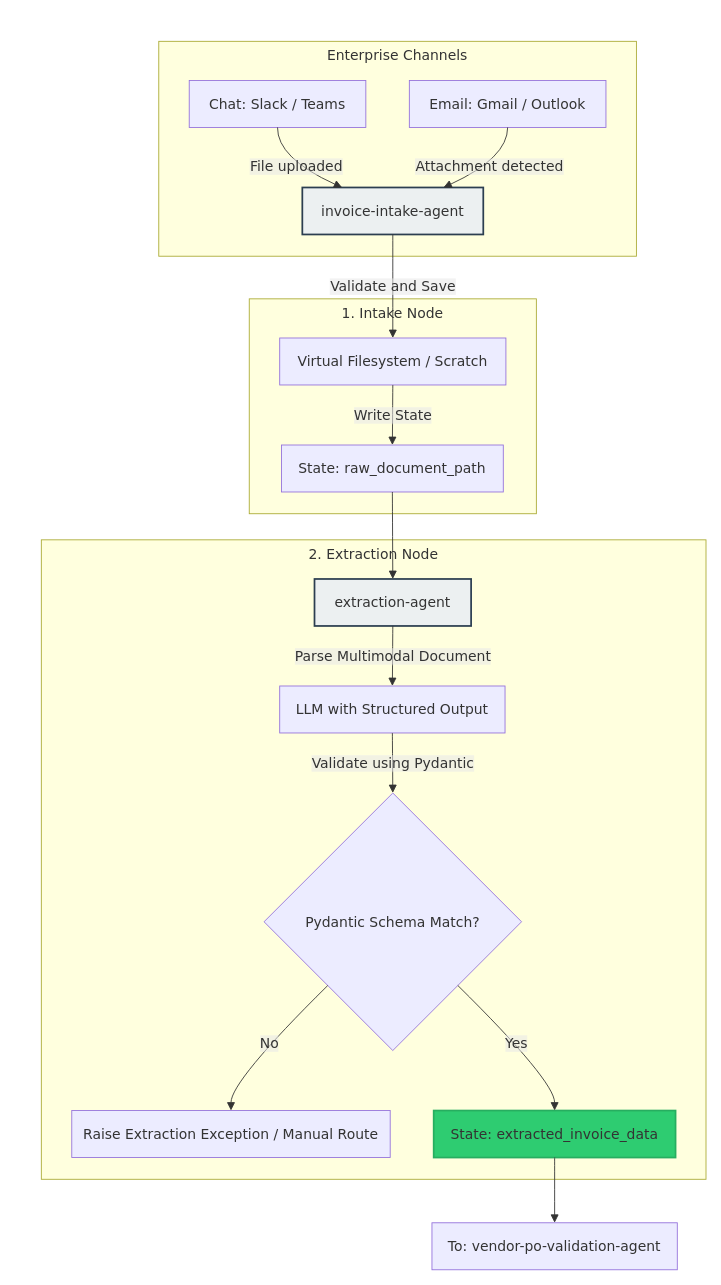
Above: Untitled Diagram.drawio in dev-samar/agentic-ap-workforce (draw.io), before the change. Source tidied: cells renumbered, new cells numbered last; positions are measured from the earlier drawing's top-left corner, leaving out a move shared by most shapes. Both pictures are drawn from the tidied source at 87%, with x=0, y=0 at pixel (15, 15).
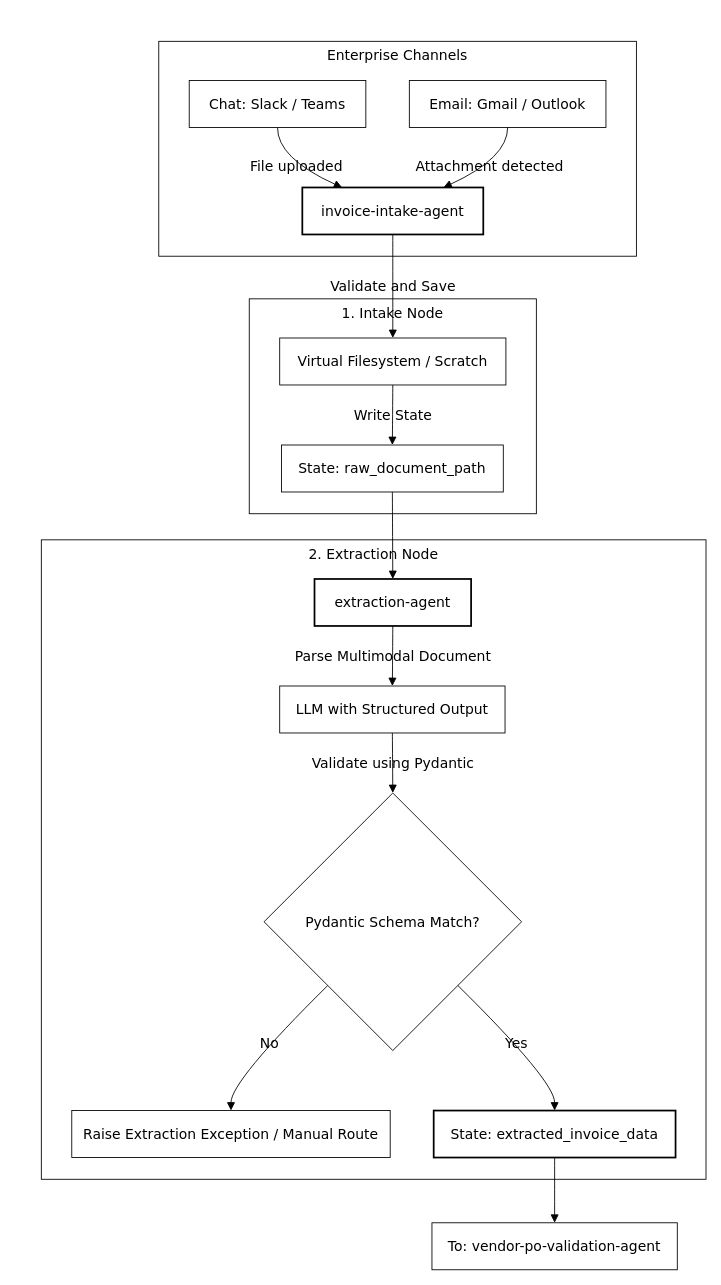
The same page after the edit.

Change to the diagram source:
```diff
@@
-    <mxCell id="2" style="group;transparentBounds=1;editIcon=1;lockedGroup=0;groupPadding=10;" parent="1" vertex="1">
+    <mxCell id="2" style="group;transparentBounds=1;editIcon=1;lockedGroup=0;groupPadding=10;noLabel=0;labelBackgroundColor=none;" parent="1" vertex="1">
       <mxGeometry as="geometry" />
     </mxCell>
-    <mxCell id="3" value="Enterprise Channels" style="html=1;whiteSpace=wrap;strokeWidth=1;verticalAlign=top;fillColor=light-dark(#ffffde,#1f2020);strokeColor=light-dark(#aaaa33,#cccccc);fontColor=light-dark(#333333,#cccccc);fontFamily=Trebuchet MS,Verdana,Arial,sans-serif;fontSize=16;" parent="2" vertex="1">
+    <mxCell id="3" value="Enterprise Channels" style="html=1;whiteSpace=wrap;strokeWidth=1;verticalAlign=top;fontFamily=Trebuchet MS,Verdana,Arial,sans-serif;fontSize=16;labelBackgroundColor=none;" parent="2" vertex="1">
       <mxGeometry x="165" y="30" width="549" height="247" as="geometry" />
     </mxCell>
-    <mxCell id="4" value="Email: Gmail / Outlook" style="html=1;whiteSpace=wrap;strokeWidth=1;fillColor=light-dark(#ECECFF,#1f2020);strokeColor=light-dark(#9370DB,#cccccc);fontColor=light-dark(#333333,#cccccc);fontFamily=Trebuchet MS,Verdana,Arial,sans-serif;fontSize=16;" parent="3" vertex="1">
+    <mxCell id="4" value="Email: Gmail / Outlook" style="html=1;whiteSpace=wrap;strokeWidth=1;fontFamily=Trebuchet MS,Verdana,Arial,sans-serif;fontSize=16;labelBackgroundColor=none;" parent="3" vertex="1">
       <mxGeometry x="288" y="45" width="226" height="54" as="geometry" />
     </mxCell>
-    <mxCell id="5" value="invoice-intake-agent" style="html=1;whiteSpace=wrap;strokeWidth=2;fillColor=#ecf0f1;strokeColor=#2c3e50;fontColor=light-dark(#333333,#cccccc);fontFamily=Trebuchet MS,Verdana,Arial,sans-serif;fontSize=16;" parent="3" vertex="1">
+    <mxCell id="5" value="invoice-intake-agent" style="html=1;whiteSpace=wrap;strokeWidth=2;fontFamily=Trebuchet MS,Verdana,Arial,sans-serif;fontSize=16;labelBackgroundColor=none;" parent="3" vertex="1">
       <mxGeometry x="165" y="168" width="208" height="54" as="geometry" />
     </mxCell>
-    <mxCell id="6" value="Chat: Slack / Teams" style="html=1;whiteSpace=wrap;strokeWidth=1;fillColor=light-dark(#ECECFF,#1f2020);strokeColor=light-dark(#9370DB,#cccccc);fontColor=light-dark(#333333,#cccccc);fontFamily=Trebuchet MS,Verdana,Arial,sans-serif;fontSize=16;" parent="3" vertex="1">
+    <mxCell id="6" value="Chat: Slack / Teams" style="html=1;whiteSpace=wrap;strokeWidth=1;fontFamily=Trebuchet MS,Verdana,Arial,sans-serif;fontSize=16;labelBackgroundColor=none;" parent="3" vertex="1">
       <mxGeometry x="35" y="45" width="203" height="54" as="geometry" />
     </mxCell>
-    <mxCell id="7" value="Attachment detected" style="curved=1;startArrow=none;endArrow=block;endSize=7;strokeColor=light-dark(#333333,#cccccc);html=1;fontSize=16;labelBackgroundColor=light-dark(#E8E8E88D,#2a2a2a8D);fontFamily=Trebuchet MS,Verdana,Arial,sans-serif;fontColor=light-dark(#333333,#cccccc);exitX=0.5;exitY=1;entryX=0.78;entryY=0;rounded=0;" parent="3" edge="1" source="4" target="5">
+    <mxCell id="7" value="Attachment detected" style="curved=1;startArrow=none;endArrow=block;endSize=7;html=1;fontSize=16;labelBackgroundColor=none;fontFamily=Trebuchet MS,Verdana,Arial,sans-serif;fontColor=default;exitX=0.5;exitY=1;entryX=0.78;entryY=0;rounded=0;" parent="3" edge="1" source="4" target="5">
       <mxGeometry relative="1" as="geometry">
         <Array as="points">
           <mxPoint x="401" y="134" />
         </Array>
       </mxGeometry>
     </mxCell>
-    <mxCell id="8" value="File uploaded" style="curved=1;startArrow=none;endArrow=block;endSize=7;strokeColor=light-dark(#333333,#cccccc);html=1;fontSize=16;labelBackgroundColor=light-dark(#E8E8E88D,#2a2a2a8D);fontFamily=Trebuchet MS,Verdana,Arial,sans-serif;fontColor=light-dark(#333333,#cccccc);exitX=0.5;exitY=1;entryX=0.22;entryY=0;rounded=0;" parent="3" edge="1" source="6" target="5">
+    <mxCell id="8" value="File uploaded" style="curved=1;startArrow=none;endArrow=block;endSize=7;html=1;fontSize=16;labelBackgroundColor=none;fontFamily=Trebuchet MS,Verdana,Arial,sans-serif;fontColor=default;exitX=0.5;exitY=1;entryX=0.22;entryY=0;rounded=0;" parent="3" edge="1" source="6" target="5">
       <mxGeometry relative="1" as="geometry">
         <Array as="points">
           <mxPoint x="136" y="134" />
         </Array>
       </mxGeometry>
     </mxCell>
-    <mxCell id="9" value="1. Intake Node" style="html=1;whiteSpace=wrap;strokeWidth=1;verticalAlign=top;fillColor=light-dark(#ffffde,#1f2020);strokeColor=light-dark(#aaaa33,#cccccc);fontColor=light-dark(#333333,#cccccc);fontFamily=Trebuchet MS,Verdana,Arial,sans-serif;fontSize=16;" parent="2" vertex="1">
+    <mxCell id="9" value="1. Intake Node" style="html=1;whiteSpace=wrap;strokeWidth=1;verticalAlign=top;fontFamily=Trebuchet MS,Verdana,Arial,sans-serif;fontSize=16;labelBackgroundColor=none;" parent="2" vertex="1">
       <mxGeometry x="269" y="326" width="330" height="247" as="geometry" />
     </mxCell>
-    <mxCell id="10" value="Virtual Filesystem / Scratch" style="html=1;whiteSpace=wrap;strokeWidth=1;fillColor=light-dark(#ECECFF,#1f2020);strokeColor=light-dark(#9370DB,#cccccc);fontColor=light-dark(#333333,#cccccc);fontFamily=Trebuchet MS,Verdana,Arial,sans-serif;fontSize=16;" parent="9" vertex="1">
+    <mxCell id="10" value="Virtual Filesystem / Scratch" style="html=1;whiteSpace=wrap;strokeWidth=1;fontFamily=Trebuchet MS,Verdana,Arial,sans-serif;fontSize=16;labelBackgroundColor=none;" parent="9" vertex="1">
       <mxGeometry x="35" y="45" width="260" height="54" as="geometry" />
     </mxCell>
-    <mxCell id="11" value="State: raw_document_path" style="html=1;whiteSpace=wrap;strokeWidth=1;fillColor=light-dark(#ECECFF,#1f2020);strokeColor=light-dark(#9370DB,#cccccc);fontColor=light-dark(#333333,#cccccc);fontFamily=Trebuchet MS,Verdana,Arial,sans-serif;fontSize=16;" parent="9" vertex="1">
+    <mxCell id="11" value="State: raw_document_path" style="html=1;whiteSpace=wrap;strokeWidth=1;fontFamily=Trebuchet MS,Verdana,Arial,sans-serif;fontSize=16;labelBackgroundColor=none;" parent="9" vertex="1">
       <mxGeometry x="37" y="168" width="255" height="54" as="geometry" />
     </mxCell>
-    <mxCell id="12" value="Write State" style="curved=1;startArrow=none;endArrow=block;endSize=7;strokeColor=light-dark(#333333,#cccccc);html=1;fontSize=16;labelBackgroundColor=light-dark(#E8E8E88D,#2a2a2a8D);fontFamily=Trebuchet MS,Verdana,Arial,sans-serif;fontColor=light-dark(#333333,#cccccc);exitX=0.5;exitY=1;entryX=0.5;entryY=0;rounded=0;" parent="9" edge="1" source="10" target="11">
+    <mxCell id="12" value="Write State" style="curved=1;startArrow=none;endArrow=block;endSize=7;html=1;fontSize=16;labelBackgroundColor=none;fontFamily=Trebuchet MS,Verdana,Arial,sans-serif;fontColor=default;exitX=0.5;exitY=1;entryX=0.5;entryY=0;rounded=0;" parent="9" edge="1" source="10" target="11">
       <mxGeometry relative="1" as="geometry" />
     </mxCell>
-    <mxCell id="13" value="2. Extraction Node" style="html=1;whiteSpace=wrap;strokeWidth=1;verticalAlign=top;fillColor=light-dark(#ffffde,#1f2020);strokeColor=light-dark(#aaaa33,#cccccc);fontColor=light-dark(#333333,#cccccc);fontFamily=Trebuchet MS,Verdana,Arial,sans-serif;fontSize=16;" parent="2" vertex="1">
+    <mxCell id="13" value="2. Extraction Node" style="html=1;whiteSpace=wrap;strokeWidth=1;verticalAlign=top;fontFamily=Trebuchet MS,Verdana,Arial,sans-serif;fontSize=16;labelBackgroundColor=none;" parent="2" vertex="1">
       <mxGeometry x="30" y="603" width="764" height="735" as="geometry" />
     </mxCell>
-    <mxCell id="14" value="extraction-agent" style="html=1;whiteSpace=wrap;strokeWidth=2;fillColor=#ecf0f1;strokeColor=#2c3e50;fontColor=light-dark(#333333,#cccccc);fontFamily=Trebuchet MS,Verdana,Arial,sans-serif;fontSize=16;" parent="13" vertex="1">
+    <mxCell id="14" value="extraction-agent" style="html=1;whiteSpace=wrap;strokeWidth=2;fontFamily=Trebuchet MS,Verdana,Arial,sans-serif;fontSize=16;labelBackgroundColor=none;" parent="13" vertex="1">
       <mxGeometry x="314" y="45" width="180" height="54" as="geometry" />
     </mxCell>
-    <mxCell id="15" value="LLM with Structured Output" style="html=1;whiteSpace=wrap;strokeWidth=1;fillColor=light-dark(#ECECFF,#1f2020);strokeColor=light-dark(#9370DB,#cccccc);fontColor=light-dark(#333333,#cccccc);fontFamily=Trebuchet MS,Verdana,Arial,sans-serif;fontSize=16;" parent="13" vertex="1">
+    <mxCell id="15" value="LLM with Structured Output" style="html=1;whiteSpace=wrap;strokeWidth=1;fontFamily=Trebuchet MS,Verdana,Arial,sans-serif;fontSize=16;labelBackgroundColor=none;" parent="13" vertex="1">
       <mxGeometry x="274" y="168" width="259" height="54" as="geometry" />
     </mxCell>
-    <mxCell id="16" value="Pydantic Schema Match?" style="rhombus;html=1;strokeWidth=1;whiteSpace=wrap;fillColor=light-dark(#ECECFF,#1f2020);strokeColor=light-dark(#9370DB,#cccccc);fontColor=light-dark(#333333,#cccccc);fontFamily=Trebuchet MS,Verdana,Arial,sans-serif;fontSize=16;" parent="13" vertex="1">
+    <mxCell id="16" value="Pydantic Schema Match?" style="rhombus;html=1;strokeWidth=1;whiteSpace=wrap;fontFamily=Trebuchet MS,Verdana,Arial,sans-serif;fontSize=16;labelBackgroundColor=none;" parent="13" vertex="1">
       <mxGeometry x="256" y="291" width="296" height="296" as="geometry" />
     </mxCell>
-    <mxCell id="17" value="State: extracted_invoice_data" style="html=1;whiteSpace=wrap;strokeWidth=2;fillColor=#2ecc71;strokeColor=#27ae60;fontColor=light-dark(#333333,#cccccc);fontFamily=Trebuchet MS,Verdana,Arial,sans-serif;fontSize=16;" parent="13" vertex="1">
+    <mxCell id="17" value="State: extracted_invoice_data" style="html=1;whiteSpace=wrap;strokeWidth=2;fontFamily=Trebuchet MS,Verdana,Arial,sans-serif;fontSize=16;labelBackgroundColor=none;" parent="13" vertex="1">
       <mxGeometry x="451" y="656" width="278" height="54" as="geometry" />
     </mxCell>
-    <mxCell id="18" value="Raise Extraction Exception / Manual Route" style="html=1;whiteSpace=wrap;strokeWidth=1;fillColor=light-dark(#ECECFF,#1f2020);strokeColor=light-dark(#9370DB,#cccccc);fontColor=light-dark(#333333,#cccccc);fontFamily=Trebuchet MS,Verdana,Arial,sans-serif;fontSize=16;" parent="13" vertex="1">
+    <mxCell id="18" value="Raise Extraction Exception / Manual Route" style="html=1;whiteSpace=wrap;strokeWidth=1;fontFamily=Trebuchet MS,Verdana,Arial,sans-serif;fontSize=16;labelBackgroundColor=none;" parent="13" vertex="1">
       <mxGeometry x="35" y="656" width="366" height="54" as="geometry" />
     </mxCell>
-    <mxCell id="19" value="Parse Multimodal Document" style="curved=1;startArrow=none;endArrow=block;endSize=7;strokeColor=light-dark(#333333,#cccccc);html=1;fontSize=16;labelBackgroundColor=light-dark(#E8E8E88D,#2a2a2a8D);fontFamily=Trebuchet MS,Verdana,Arial,sans-serif;fontColor=light-dark(#333333,#cccccc);exitX=0.5;exitY=1;entryX=0.5;entryY=0;rounded=0;" parent="13" edge="1" source="14" target="15">
+    <mxCell id="19" value="Parse Multimodal Document" style="curved=1;startArrow=none;endArrow=block;endSize=7;html=1;fontSize=16;labelBackgroundColor=none;fontFamily=Trebuchet MS,Verdana,Arial,sans-serif;fontColor=default;exitX=0.5;exitY=1;entryX=0.5;entryY=0;rounded=0;" parent="13" edge="1" source="14" target="15">
       <mxGeometry relative="1" as="geometry" />
     </mxCell>
-    <mxCell id="20" value="Validate using Pydantic" style="curved=1;startArrow=none;endArrow=block;endSize=7;strokeColor=light-dark(#333333,#cccccc);html=1;fontSize=16;labelBackgroundColor=light-dark(#E8E8E88D,#2a2a2a8D);fontFamily=Trebuchet MS,Verdana,Arial,sans-serif;fontColor=light-dark(#333333,#cccccc);exitX=0.5;exitY=1;entryX=0.5;entryY=0;rounded=0;" parent="13" edge="1" source="15" target="16">
+    <mxCell id="20" value="Validate using Pydantic" style="curved=1;startArrow=none;endArrow=block;endSize=7;html=1;fontSize=16;labelBackgroundColor=none;fontFamily=Trebuchet MS,Verdana,Arial,sans-serif;fontColor=default;exitX=0.5;exitY=1;entryX=0.5;entryY=0;rounded=0;" parent="13" edge="1" source="15" target="16">
       <mxGeometry relative="1" as="geometry" />
     </mxCell>
-    <mxCell id="21" value="Yes" style="curved=1;startArrow=none;endArrow=block;endSize=7;strokeColor=light-dark(#333333,#cccccc);html=1;fontSize=16;labelBackgroundColor=light-dark(#E8E8E88D,#2a2a2a8D);fontFamily=Trebuchet MS,Verdana,Arial,sans-serif;fontColor=light-dark(#333333,#cccccc);exitX=1;exitY=0.99;entryX=0.5;entryY=0;rounded=0;" parent="13" edge="1" source="16" target="17">
+    <mxCell id="21" value="Yes" style="curved=1;startArrow=none;endArrow=block;endSize=7;html=1;fontSize=16;labelBackgroundColor=none;fontFamily=Trebuchet MS,Verdana,Arial,sans-serif;fontColor=default;exitX=1;exitY=0.99;entryX=0.5;entryY=0;rounded=0;" parent="13" edge="1" source="16" target="17">
       <mxGeometry relative="1" as="geometry">
         <Array as="points">
           <mxPoint x="590" y="622" />
         </Array>
       </mxGeometry>
     </mxCell>
-    <mxCell id="22" value="No" style="curved=1;startArrow=none;endArrow=block;endSize=7;strokeColor=light-dark(#333333,#cccccc);html=1;fontSize=16;labelBackgroundColor=light-dark(#E8E8E88D,#2a2a2a8D);fontFamily=Trebuchet MS,Verdana,Arial,sans-serif;fontColor=light-dark(#333333,#cccccc);exitX=0;exitY=0.99;entryX=0.5;entryY=0;rounded=0;" parent="13" edge="1" source="16" target="18">
+    <mxCell id="22" value="No" style="curved=1;startArrow=none;endArrow=block;endSize=7;html=1;fontSize=16;labelBackgroundColor=none;fontFamily=Trebuchet MS,Verdana,Arial,sans-serif;fontColor=default;exitX=0;exitY=0.99;entryX=0.5;entryY=0;rounded=0;" parent="13" edge="1" source="16" target="18">
       <mxGeometry relative="1" as="geometry">
         <Array as="points">
           <mxPoint x="218" y="622" />
         </Array>
       </mxGeometry>
     </mxCell>
-    <mxCell id="23" value="To: vendor-po-validation-agent" style="html=1;whiteSpace=wrap;strokeWidth=1;fillColor=light-dark(#ECECFF,#1f2020);strokeColor=light-dark(#9370DB,#cccccc);fontColor=light-dark(#333333,#cccccc);fontFamily=Trebuchet MS,Verdana,Arial,sans-serif;fontSize=16;" parent="2" vertex="1">
+    <mxCell id="23" value="To: vendor-po-validation-agent" style="html=1;whiteSpace=wrap;strokeWidth=1;fontFamily=Trebuchet MS,Verdana,Arial,sans-serif;fontSize=16;labelBackgroundColor=none;" parent="2" vertex="1">
       <mxGeometry x="479" y="1388" width="282" height="54" as="geometry" />
     </mxCell>
-    <mxCell id="24" value="Validate and Save" style="curved=1;startArrow=none;endArrow=block;endSize=7;strokeColor=light-dark(#333333,#cccccc);html=1;fontSize=16;labelBackgroundColor=light-dark(#E8E8E88D,#2a2a2a8D);fontFamily=Trebuchet MS,Verdana,Arial,sans-serif;fontColor=light-dark(#333333,#cccccc);exitX=0.5;exitY=1;entryX=0.5;entryY=0;rounded=0;" parent="2" edge="1" source="5" target="10">
+    <mxCell id="24" value="Validate and Save" style="curved=1;startArrow=none;endArrow=block;endSize=7;html=1;fontSize=16;labelBackgroundColor=none;fontFamily=Trebuchet MS,Verdana,Arial,sans-serif;fontColor=default;exitX=0.5;exitY=1;entryX=0.5;entryY=0;rounded=0;" parent="2" edge="1" source="5" target="10">
       <mxGeometry relative="1" as="geometry" />
     </mxCell>
-    <mxCell id="25" style="curved=1;startArrow=none;endArrow=block;endSize=7;strokeColor=light-dark(#333333,#cccccc);exitX=0.5;exitY=1;entryX=0.5;entryY=0;rounded=0;" parent="2" edge="1" source="11" target="14">
+    <mxCell id="25" style="curved=1;startArrow=none;endArrow=block;endSize=7;exitX=0.5;exitY=1;entryX=0.5;entryY=0;rounded=0;labelBackgroundColor=none;fontColor=default;" parent="2" edge="1" source="11" target="14">
       <mxGeometry relative="1" as="geometry" />
     </mxCell>
-    <mxCell id="26" style="curved=1;startArrow=none;endArrow=block;endSize=7;strokeColor=light-dark(#333333,#cccccc);exitX=0.5;exitY=1;entryX=0.5;entryY=0;rounded=0;" parent="2" edge="1" source="17" target="23">
+    <mxCell id="26" style="curved=1;startArrow=none;endArrow=block;endSize=7;exitX=0.5;exitY=1;entryX=0.5;entryY=0;rounded=0;labelBackgroundColor=none;fontColor=default;" parent="2" edge="1" source="17" target="23">
       <mxGeometry relative="1" as="geometry" />
     </mxCell>
```
